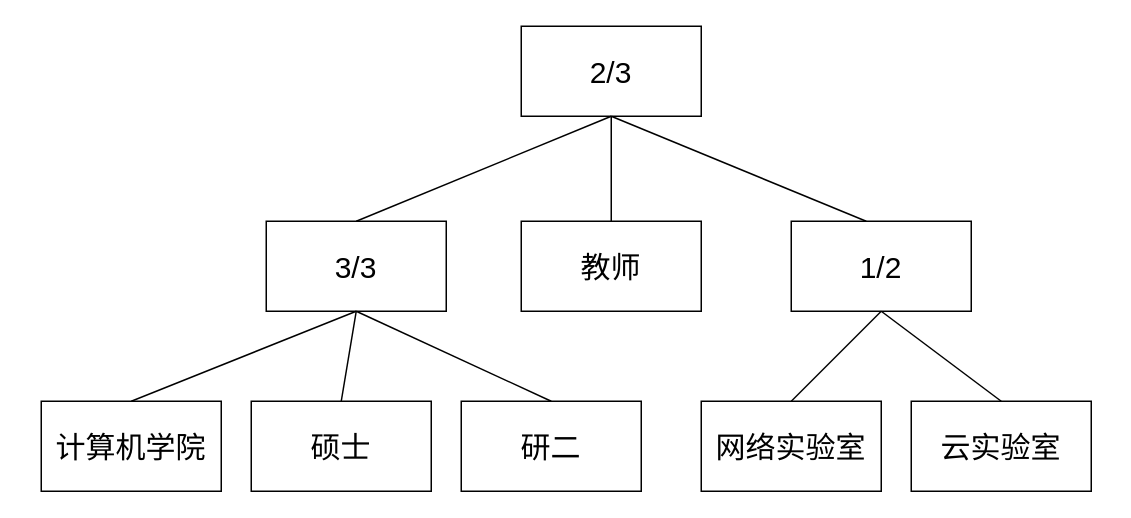
Earlier version of the draw.io diagram 未命名绘图.drawio (lirenxue/lirenxue). Source tidied: cells renumbered, new cells numbered last; positions are measured from the earlier drawing's top-left corner, leaving out a move shared by most shapes. Both pictures are drawn from the tidied source at 150%, with x=0, y=0 at pixel (40, 26).
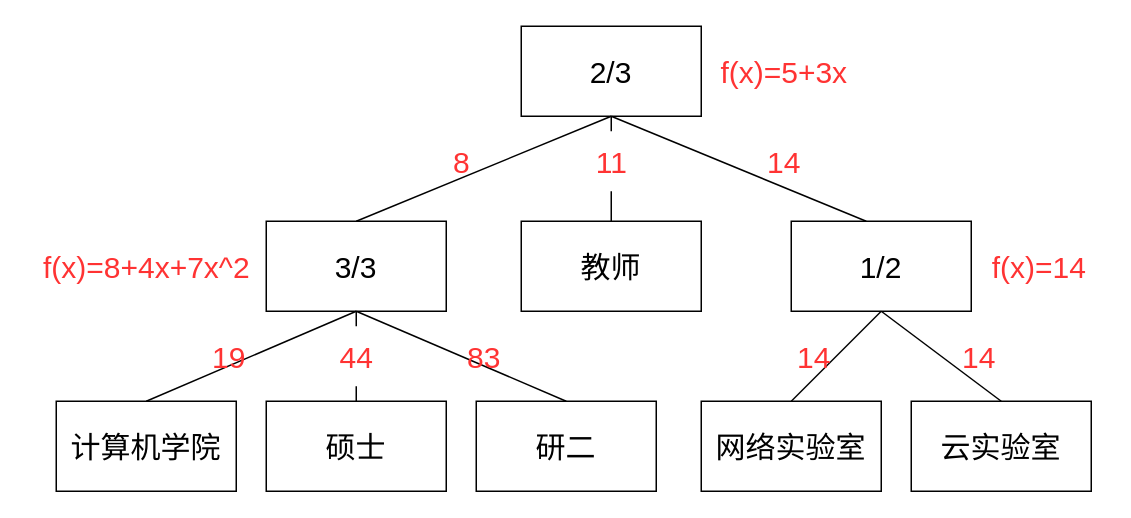
The same diagram, later.

Commit message (it also covers changes not shown here):
更新未命名绘图.drawio

Unchanged cells that the change refers to:
```xml
<mxCell id="3" value="3/3" style="rounded=0;whiteSpace=wrap;html=1;fontSize=20;" parent="1" vertex="1">
  <mxGeometry x="150" y="130" width="120" height="60" as="geometry" />
</mxCell>
<mxCell id="4" value="教师" style="rounded=0;whiteSpace=wrap;html=1;fontSize=20;" parent="1" vertex="1">
  <mxGeometry x="320" y="130" width="120" height="60" as="geometry" />
</mxCell>
```

Diff of the diagram source:
```diff
@@
     <mxCell id="6" value="计算机学院" style="rounded=0;whiteSpace=wrap;html=1;fontSize=20;" parent="1" vertex="1">
-      <mxGeometry y="250" width="120" height="60" as="geometry" />
+      <mxGeometry x="10" y="250" width="120" height="60" as="geometry" />
     </mxCell>
     <mxCell id="7" value="硕士" style="rounded=0;whiteSpace=wrap;html=1;fontSize=20;" parent="1" vertex="1">
-      <mxGeometry x="140" y="250" width="120" height="60" as="geometry" />
+      <mxGeometry x="150" y="250" width="120" height="60" as="geometry" />
     </mxCell>
     <mxCell id="8" value="研二" style="rounded=0;whiteSpace=wrap;html=1;fontSize=20;" parent="1" vertex="1">
-      <mxGeometry x="280" y="250" width="120" height="60" as="geometry" />
+      <mxGeometry x="290" y="250" width="120" height="60" as="geometry" />
     </mxCell>
@@
-    <mxCell id="12" style="endArrow=none;html=1;rounded=0;exitX=0.5;exitY=0;exitDx=0;exitDy=0;" parent="1" edge="1" source="4">
+    <mxCell id="12" style="endArrow=none;html=1;rounded=0;exitX=0.5;exitY=0;exitDx=0;exitDy=0;startArrow=none;" parent="1" edge="1" source="24">
       <mxGeometry relative="1" as="geometry">
         <mxPoint x="380" y="60" as="targetPoint" />
       </mxGeometry>
     </mxCell>
@@
-    <mxCell id="15" style="endArrow=none;html=1;rounded=0;exitX=0.5;exitY=0;exitDx=0;exitDy=0;entryX=0.5;entryY=1;entryDx=0;entryDy=0;" parent="1" edge="1" source="7" target="3">
+    <mxCell id="15" style="endArrow=none;html=1;rounded=0;exitX=0.5;exitY=0;exitDx=0;exitDy=0;entryX=0.5;entryY=1;entryDx=0;entryDy=0;startArrow=none;" parent="1" edge="1" source="27" target="3">
       <mxGeometry relative="1" as="geometry" />
     </mxCell>
@@
+    <mxCell id="19" value="&lt;font color=&quot;#ff3333&quot;&gt;f(x)=5+3x&lt;/font&gt;" style="text;html=1;align=center;verticalAlign=middle;strokeColor=none;fillColor=none;fontSize=20;" parent="1" vertex="1">
+      <mxGeometry x="440" y="10" width="110" height="40" as="geometry" />
+    </mxCell>
+    <mxCell id="20" value="f(x)=8+4x+7x^2" style="text;html=1;align=center;verticalAlign=middle;strokeColor=none;fillColor=none;fontSize=20;fontColor=#FF3333;" parent="1" vertex="1">
+      <mxGeometry x="-10" y="140" width="160" height="40" as="geometry" />
+    </mxCell>
+    <mxCell id="21" value="f(x)=14" style="text;html=1;align=center;verticalAlign=middle;strokeColor=none;fillColor=none;fontSize=20;fontColor=#FF3333;" parent="1" vertex="1">
+      <mxGeometry x="620" y="140" width="90" height="40" as="geometry" />
+    </mxCell>
+    <mxCell id="22" value="8" style="text;html=1;align=center;verticalAlign=middle;strokeColor=none;fillColor=none;fontSize=20;fontColor=#FF3333;" parent="1" vertex="1">
+      <mxGeometry x="265" y="70" width="30" height="40" as="geometry" />
+    </mxCell>
+    <mxCell id="23" value="14" style="text;html=1;align=center;verticalAlign=middle;strokeColor=none;fillColor=none;fontSize=20;fontColor=#FF3333;" parent="1" vertex="1">
+      <mxGeometry x="470" y="70" width="50" height="40" as="geometry" />
+    </mxCell>
+    <mxCell id="24" value="11" style="text;html=1;align=center;verticalAlign=middle;points=[];strokeColor=none;fillColor=none;fontSize=20;fontColor=#FF3333;" parent="1" vertex="1">
+      <mxGeometry x="360" y="70" width="40" height="40" as="geometry" />
+    </mxCell>
+    <mxCell id="25" style="endArrow=none;html=1;rounded=0;exitX=0.5;exitY=0;exitDx=0;exitDy=0;" parent="1" edge="1" source="4" target="24">
+      <mxGeometry relative="1" as="geometry" />
+    </mxCell>
+    <mxCell id="26" value="19" style="text;html=1;align=center;verticalAlign=middle;strokeColor=none;fillColor=none;fontSize=20;fontColor=#FF3333;" parent="1" vertex="1">
+      <mxGeometry x="100" y="200" width="50" height="40" as="geometry" />
+    </mxCell>
+    <mxCell id="27" value="44" style="text;html=1;align=center;verticalAlign=middle;points=[];strokeColor=none;fillColor=none;fontSize=20;fontColor=#FF3333;" parent="1" vertex="1">
+      <mxGeometry x="185" y="200" width="50" height="40" as="geometry" />
+    </mxCell>
+    <mxCell id="28" style="endArrow=none;html=1;rounded=0;exitX=0.5;exitY=0;exitDx=0;exitDy=0;entryX=0.5;entryY=1;entryDx=0;entryDy=0;" parent="1" edge="1" source="7" target="27">
+      <mxGeometry relative="1" as="geometry" />
+    </mxCell>
+    <mxCell id="29" value="83" style="text;html=1;align=center;verticalAlign=middle;strokeColor=none;fillColor=none;fontSize=20;fontColor=#FF3333;" parent="1" vertex="1">
+      <mxGeometry x="270" y="200" width="50" height="40" as="geometry" />
+    </mxCell>
+    <mxCell id="30" value="14" style="text;html=1;align=center;verticalAlign=middle;strokeColor=none;fillColor=none;fontSize=20;fontColor=#FF3333;" parent="1" vertex="1">
+      <mxGeometry x="490" y="200" width="50" height="40" as="geometry" />
+    </mxCell>
+    <mxCell id="31" value="14" style="text;html=1;align=center;verticalAlign=middle;strokeColor=none;fillColor=none;fontSize=20;fontColor=#FF3333;" parent="1" vertex="1">
+      <mxGeometry x="600" y="200" width="50" height="40" as="geometry" />
+    </mxCell>
```
